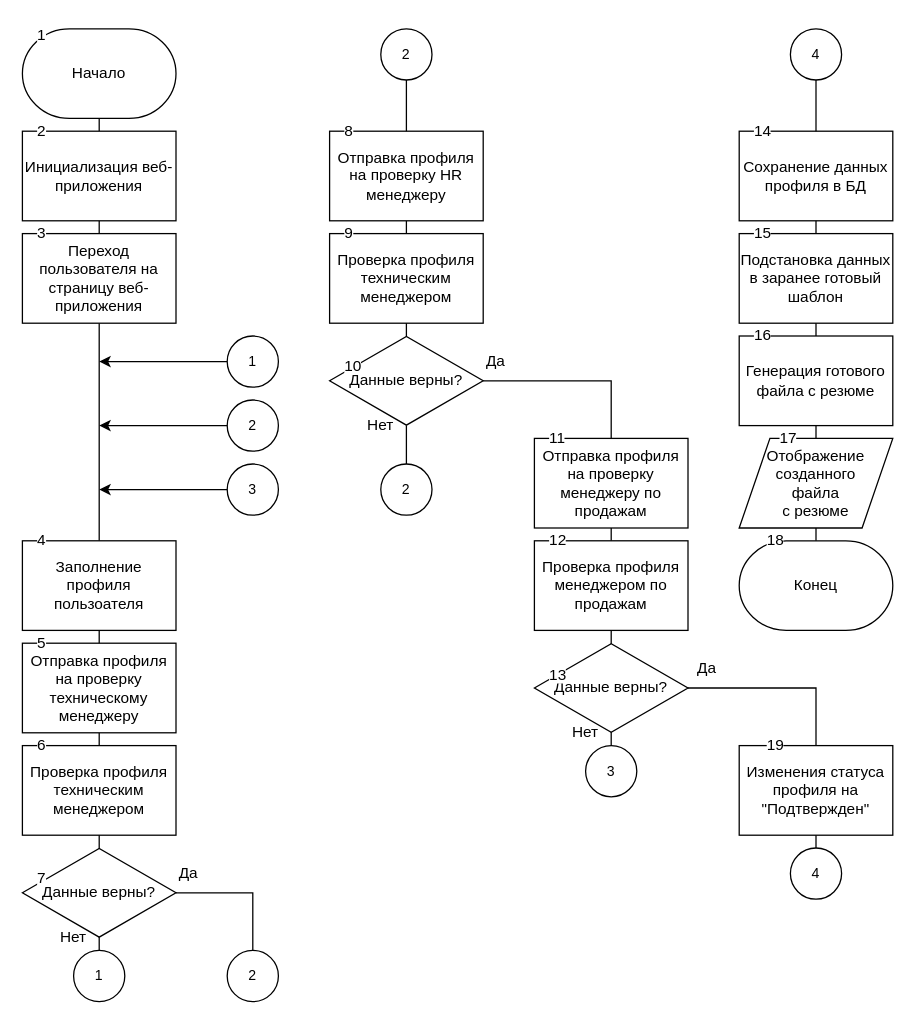
Earlier version of the draw.io diagram graphics/resume_generate.drawio (DmitryGolubko/new-bsuir-diploma-latex). Source tidied: cells renumbered, new cells numbered last; positions are measured from the earlier drawing's top-left corner, leaving out a move shared by most shapes. Both pictures are drawn from the tidied source at 128%, with x=0, y=0 at pixel (22, 22).
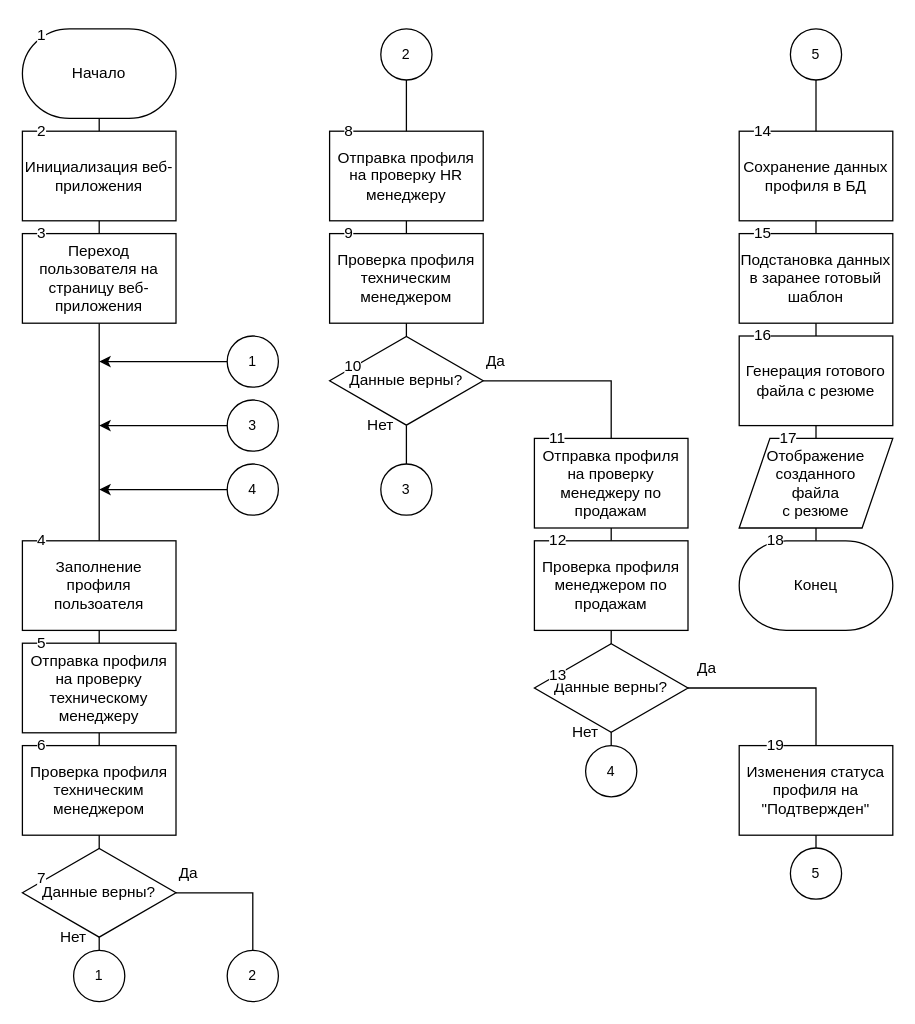
Above is the later version.

What changed in the source:
```diff
@@
-    <mxCell id="30" value="2" style="ellipse;whiteSpace=wrap;html=1;labelBackgroundColor=none;strokeWidth=1;fontSize=11;fontColor=#000000;" parent="1" vertex="1">
+    <mxCell id="30" value="3" style="ellipse;whiteSpace=wrap;html=1;labelBackgroundColor=none;strokeWidth=1;fontSize=11;fontColor=#000000;" parent="1" vertex="1">
       <mxGeometry x="160" y="295" width="40" height="40" as="geometry" />
     </mxCell>
-    <mxCell id="31" value="3" style="ellipse;whiteSpace=wrap;html=1;labelBackgroundColor=none;strokeWidth=1;fontSize=11;fontColor=#000000;" parent="1" vertex="1">
+    <mxCell id="31" value="4" style="ellipse;whiteSpace=wrap;html=1;labelBackgroundColor=none;strokeWidth=1;fontSize=11;fontColor=#000000;" parent="1" vertex="1">
       <mxGeometry x="160" y="345" width="40" height="40" as="geometry" />
     </mxCell>
@@
-    <mxCell id="47" value="2" style="ellipse;whiteSpace=wrap;html=1;labelBackgroundColor=none;strokeWidth=1;fontSize=11;fontColor=#000000;" parent="1" vertex="1">
+    <mxCell id="47" value="3" style="ellipse;whiteSpace=wrap;html=1;labelBackgroundColor=none;strokeWidth=1;fontSize=11;fontColor=#000000;" parent="1" vertex="1">
       <mxGeometry x="280" y="345" width="40" height="40" as="geometry" />
     </mxCell>
-    <mxCell id="48" value="3" style="ellipse;whiteSpace=wrap;html=1;labelBackgroundColor=none;strokeWidth=1;fontSize=11;fontColor=#000000;" parent="1" vertex="1">
+    <mxCell id="48" value="4" style="ellipse;whiteSpace=wrap;html=1;labelBackgroundColor=none;strokeWidth=1;fontSize=11;fontColor=#000000;" parent="1" vertex="1">
       <mxGeometry x="440" y="565" width="40" height="40" as="geometry" />
     </mxCell>
@@
-    <mxCell id="53" value="4" style="ellipse;whiteSpace=wrap;html=1;labelBackgroundColor=none;strokeWidth=1;fontSize=11;fontColor=#000000;" parent="1" vertex="1">
+    <mxCell id="53" value="5" style="ellipse;whiteSpace=wrap;html=1;labelBackgroundColor=none;strokeWidth=1;fontSize=11;fontColor=#000000;" parent="1" vertex="1">
       <mxGeometry x="600" y="645" width="40" height="40" as="geometry" />
     </mxCell>
-    <mxCell id="54" value="4" style="ellipse;whiteSpace=wrap;html=1;labelBackgroundColor=none;strokeWidth=1;fontSize=11;fontColor=#000000;" parent="1" vertex="1">
+    <mxCell id="54" value="5" style="ellipse;whiteSpace=wrap;html=1;labelBackgroundColor=none;strokeWidth=1;fontSize=11;fontColor=#000000;" parent="1" vertex="1">
       <mxGeometry x="600" y="5" width="40" height="40" as="geometry" />
     </mxCell>
```
